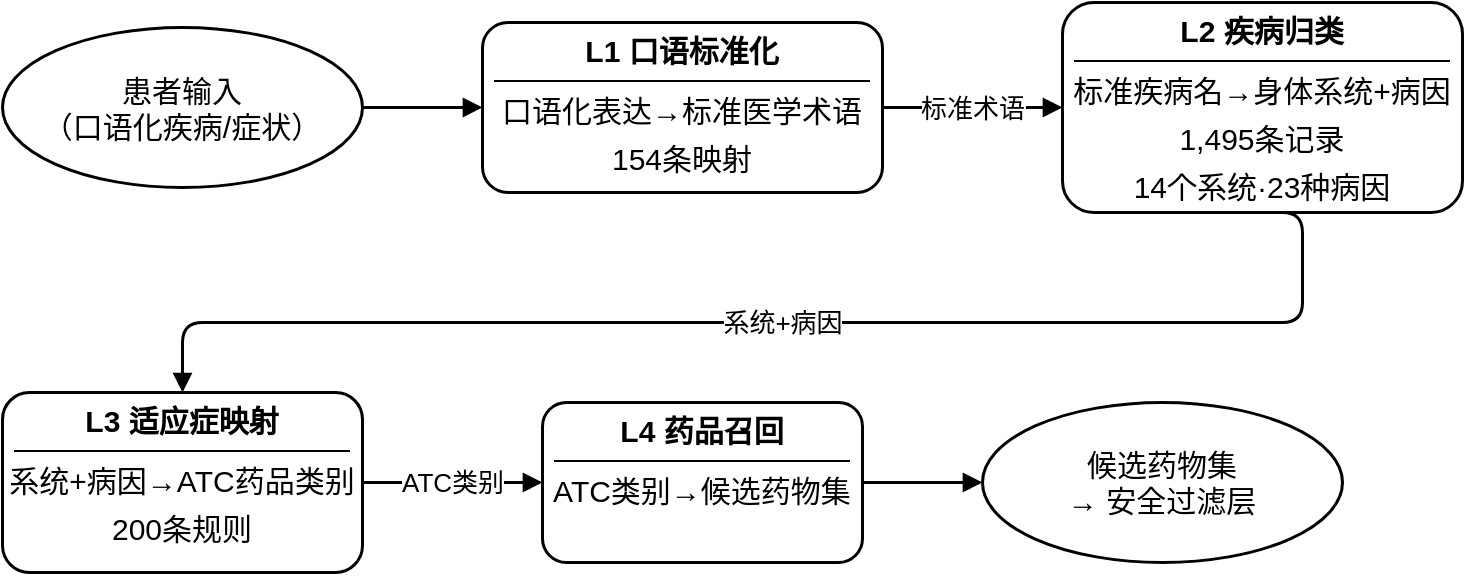
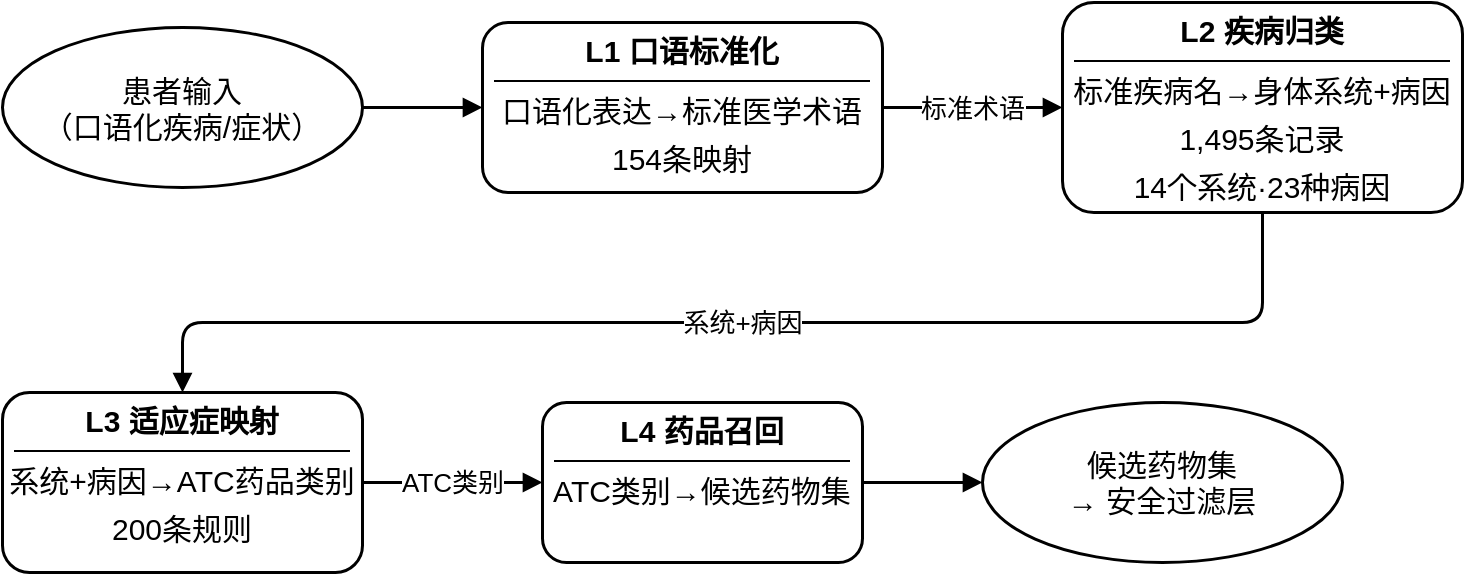
<mxfile host="Electron">
  <diagram name="临床知识路由层架构图" id="knowledge-router">
    <mxGraphModel dx="1228" dy="781" grid="1" gridSize="10" guides="1" tooltips="1" connect="1" arrows="1" fold="1" page="1" pageScale="1" pageWidth="1100" pageHeight="600" background="#ffffff" math="0" shadow="0">
      <root>
        <mxCell id="0" />
        <mxCell id="1" parent="0" />
        <mxCell id="input" parent="1" style="ellipse;whiteSpace=wrap;html=1;fillColor=#FFFFFF;strokeColor=#000000;strokeWidth=1.5;fontSize=13;fontColor=#000000;" value="&lt;font style=&quot;font-size: 15px;&quot;&gt;患者输入&lt;br&gt;（口语化疾病/症状）&lt;/font&gt;" vertex="1">
          <mxGeometry height="80" width="180" x="100" y="102.5" as="geometry" />
        </mxCell>
        <mxCell id="l1" parent="1" style="rounded=1;whiteSpace=wrap;html=1;fillColor=#FFFFFF;strokeColor=#000000;strokeWidth=1.5;fontColor=#000000;verticalAlign=top;align=center;overflow=fill;" value="&lt;div style=&quot;text-align:center;font-weight:bold;padding:6px 0 2px;&quot;&gt;&lt;font style=&quot;font-size:15px;&quot;&gt;L1 口语标准化&lt;/font&gt;&lt;/div&gt;&lt;hr style=&quot;border:none;border-top:1px solid #000;margin:3px 6px;&quot;&gt;&lt;div style=&quot;text-align:center;line-height:1.6;&quot;&gt;&lt;font style=&quot;font-size: 15px;&quot;&gt;口语化表达→标准医学术语&lt;br&gt;154条映射&lt;/font&gt;&lt;/div&gt;" vertex="1">
          <mxGeometry height="85" width="200" x="340" y="100" as="geometry" />
        </mxCell>
        <mxCell id="l2" parent="1" style="rounded=1;whiteSpace=wrap;html=1;fillColor=#FFFFFF;strokeColor=#000000;strokeWidth=1.5;fontColor=#000000;verticalAlign=top;align=center;overflow=fill;" value="&lt;div style=&quot;text-align:center;font-weight:bold;padding:6px 0 2px;&quot;&gt;&lt;font style=&quot;font-size:15px;&quot;&gt;L2 疾病归类&lt;/font&gt;&lt;/div&gt;&lt;hr style=&quot;border:none;border-top:1px solid #000;margin:3px 6px;&quot;&gt;&lt;div style=&quot;text-align:center;line-height:1.6;&quot;&gt;&lt;font style=&quot;font-size: 15px;&quot;&gt;标准疾病名→身体系统+病因&lt;br&gt;1,495条记录&lt;br&gt;14个系统·23种病因&lt;/font&gt;&lt;/div&gt;" vertex="1">
          <mxGeometry height="105" width="200" x="630" y="90" as="geometry" />
        </mxCell>
        <mxCell id="l3" parent="1" style="rounded=1;whiteSpace=wrap;html=1;fillColor=#FFFFFF;strokeColor=#000000;strokeWidth=1.5;fontColor=#000000;verticalAlign=top;align=center;overflow=fill;" value="&lt;div style=&quot;text-align:center;font-weight:bold;padding:6px 0 2px;&quot;&gt;&lt;font style=&quot;font-size:15px;&quot;&gt;L3 适应症映射&lt;/font&gt;&lt;/div&gt;&lt;hr style=&quot;border:none;border-top:1px solid #000;margin:3px 6px;&quot;&gt;&lt;div style=&quot;text-align:center;line-height:1.6;&quot;&gt;&lt;font style=&quot;font-size: 15px;&quot;&gt;系统+病因→ATC药品类别&lt;br&gt;200条规则&lt;/font&gt;&lt;/div&gt;" vertex="1">
          <mxGeometry height="90" width="180" x="100" y="285" as="geometry" />
        </mxCell>
        <mxCell id="l4" parent="1" style="rounded=1;whiteSpace=wrap;html=1;fillColor=#FFFFFF;strokeColor=#000000;strokeWidth=1.5;fontColor=#000000;verticalAlign=top;align=center;overflow=fill;" value="&lt;div style=&quot;text-align:center;font-weight:bold;padding:6px 0 2px;&quot;&gt;&lt;font style=&quot;font-size:15px;&quot;&gt;L4 药品召回&lt;/font&gt;&lt;/div&gt;&lt;hr style=&quot;border:none;border-top:1px solid #000;margin:3px 6px;&quot;&gt;&lt;div style=&quot;text-align:center;line-height:1.6;&quot;&gt;&lt;font style=&quot;font-size: 15px;&quot;&gt;ATC类别→候选药物集&lt;/font&gt;&lt;/div&gt;" vertex="1">
          <mxGeometry height="80" width="160" x="370" y="290" as="geometry" />
        </mxCell>
        <mxCell id="output" parent="1" style="ellipse;whiteSpace=wrap;html=1;fillColor=#FFFFFF;strokeColor=#000000;strokeWidth=1.5;fontSize=13;fontColor=#000000;" value="&lt;font style=&quot;font-size: 15px;&quot;&gt;候选药物集&lt;br&gt;→ 安全过滤层&lt;/font&gt;" vertex="1">
          <mxGeometry height="80" width="180" x="590" y="290" as="geometry" />
        </mxCell>
        <mxCell id="a1" edge="1" parent="1" source="input" style="edgeStyle=orthogonalEdgeStyle;rounded=1;orthogonalLoop=1;jettySize=auto;html=1;strokeWidth=1.5;strokeColor=#000000;endArrow=block;endFill=1;exitX=1;exitY=0.5;exitDx=0;exitDy=0;entryX=0;entryY=0.5;entryDx=0;entryDy=0;" target="l1" value="">
          <mxGeometry relative="1" as="geometry" />
        </mxCell>
        <mxCell id="a2" edge="1" parent="1" source="l1" style="edgeStyle=orthogonalEdgeStyle;rounded=1;orthogonalLoop=1;jettySize=auto;html=1;strokeWidth=1.5;strokeColor=#000000;endArrow=block;endFill=1;fontSize=13;fontColor=#000000;exitX=1;exitY=0.5;exitDx=0;exitDy=0;entryX=0;entryY=0.5;entryDx=0;entryDy=0;" target="l2" value="&lt;span style=&quot;background-color: rgb(255, 255, 255);&quot;&gt;标准术语&lt;/span&gt;">
          <mxGeometry relative="1" as="geometry" />
        </mxCell>
        <mxCell id="a3" edge="1" parent="1" source="l2" style="edgeStyle=orthogonalEdgeStyle;rounded=1;orthogonalLoop=1;jettySize=auto;html=1;strokeWidth=1.5;strokeColor=#000000;endArrow=block;endFill=1;fontSize=13;fontColor=#000000;exitX=0.5;exitY=1;exitDx=0;exitDy=0;entryX=0.5;entryY=0;entryDx=0;entryDy=0;" target="l3" value="&lt;span style=&quot;background-color: rgb(255, 255, 255);&quot;&gt;系统+病因&lt;/span&gt;">
          <mxGeometry relative="1" as="geometry">
            <Array as="points">
-               <mxPoint x="750" y="250" />
+               <mxPoint x="730" y="250" />
              <mxPoint x="190" y="250" />
            </Array>
          </mxGeometry>
        </mxCell>
        <mxCell id="a4" edge="1" parent="1" source="l3" style="edgeStyle=orthogonalEdgeStyle;rounded=1;orthogonalLoop=1;jettySize=auto;html=1;strokeWidth=1.5;strokeColor=#000000;endArrow=block;endFill=1;fontSize=13;fontColor=#000000;exitX=1;exitY=0.5;exitDx=0;exitDy=0;entryX=0;entryY=0.5;entryDx=0;entryDy=0;" target="l4" value="&lt;span style=&quot;background-color: rgb(255, 255, 255);&quot;&gt;ATC类别&lt;/span&gt;">
          <mxGeometry relative="1" as="geometry" />
        </mxCell>
        <mxCell id="a5" edge="1" parent="1" source="l4" style="edgeStyle=orthogonalEdgeStyle;rounded=1;orthogonalLoop=1;jettySize=auto;html=1;strokeWidth=1.5;strokeColor=#000000;endArrow=block;endFill=1;exitX=1;exitY=0.5;exitDx=0;exitDy=0;entryX=0;entryY=0.5;entryDx=0;entryDy=0;" target="output" value="">
          <mxGeometry relative="1" as="geometry" />
        </mxCell>
      </root>
    </mxGraphModel>
  </diagram>
</mxfile>
